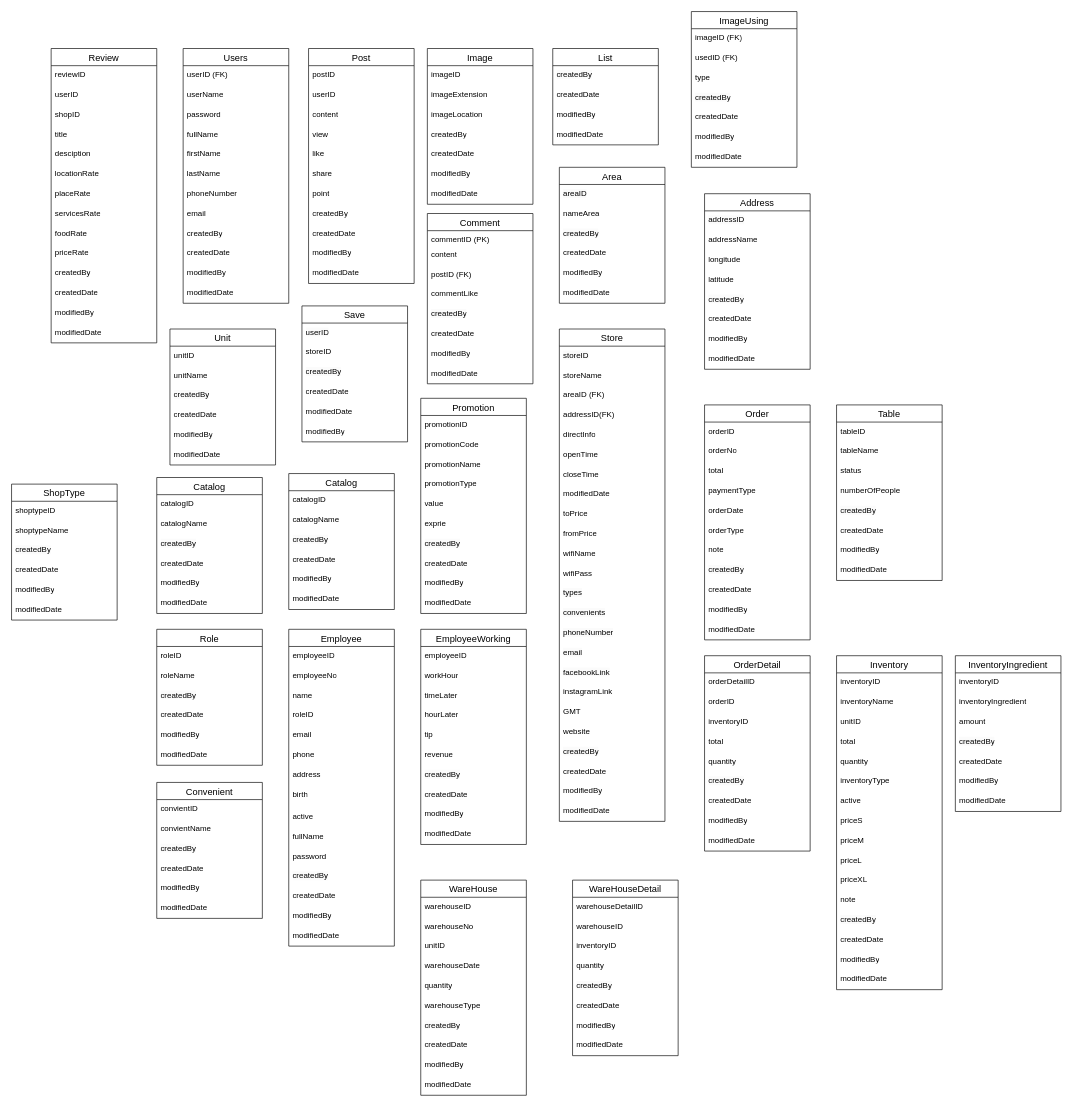
Earlier version of the draw.io diagram Documentations/Database.drawio (MajinBuuNe-Ahihi/DATN). Source tidied: cells renumbered, new cells numbered last; positions are measured from the earlier drawing's top-left corner, leaving out a move shared by most shapes. Both pictures are drawn from the tidied source at 66%, with x=0, y=0 at pixel (11, 11).
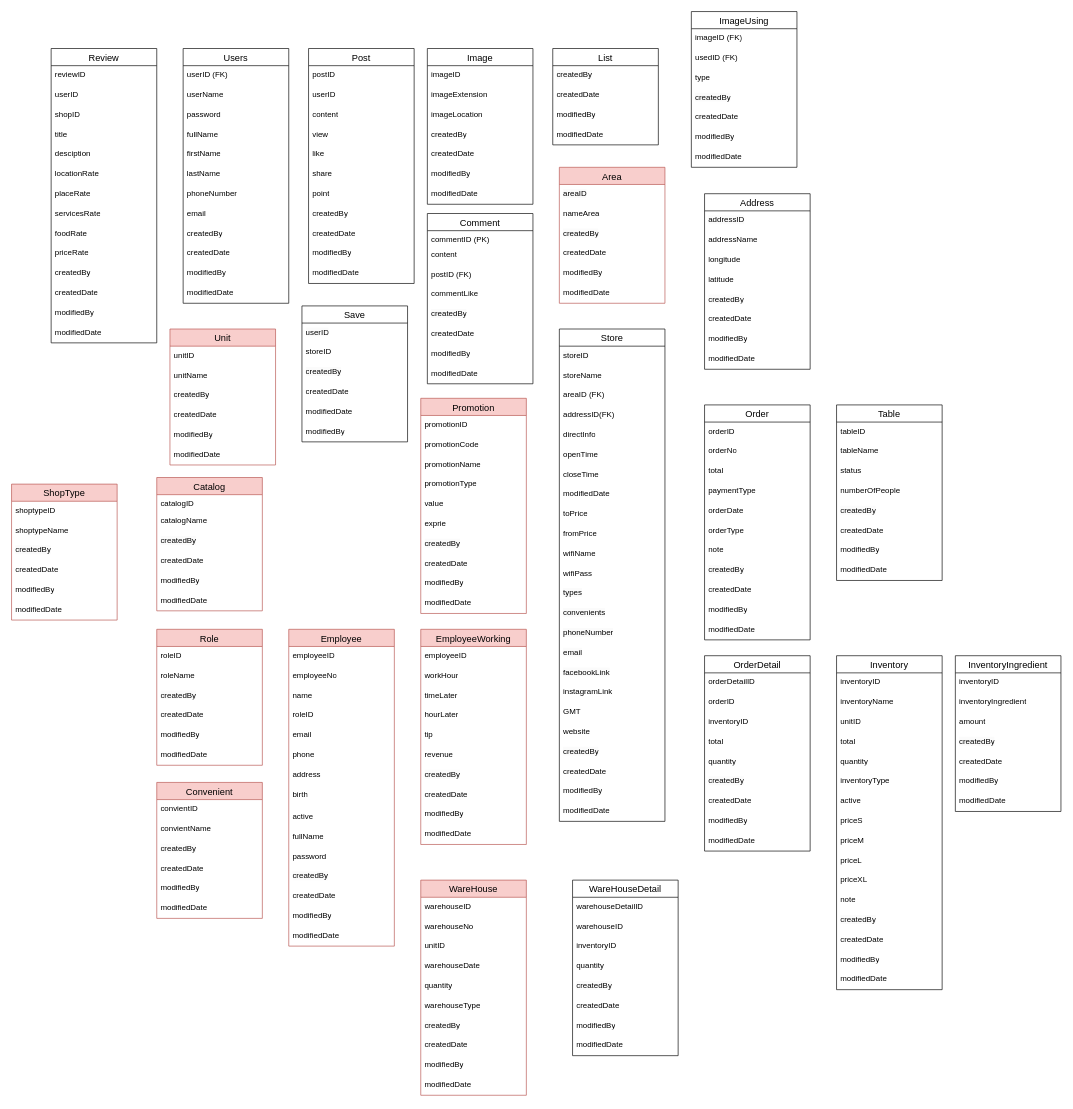
The same diagram, later.

Change to the diagram source:
```diff
@@
-    <mxCell id="64" value="Area" style="swimlane;fontStyle=0;horizontal=1;startSize=26;align=center;fontSize=14;" parent="1" vertex="1">
+    <mxCell id="64" value="Area" style="swimlane;fontStyle=0;horizontal=1;startSize=26;align=center;fontSize=14;fillColor=#f8cecc;strokeColor=#b85450;" parent="1" vertex="1">
       <mxGeometry x="830" y="236" width="160" height="206" as="geometry" />
     </mxCell>
@@
-    <mxCell id="105" value="Unit" style="swimlane;fontStyle=0;horizontal=1;startSize=26;align=center;fontSize=14;" parent="1" vertex="1">
+    <mxCell id="105" value="Unit" style="swimlane;fontStyle=0;horizontal=1;startSize=26;align=center;fontSize=14;fillColor=#f8cecc;strokeColor=#b85450;" parent="1" vertex="1">
       <mxGeometry x="240" y="481" width="160" height="206" as="geometry" />
     </mxCell>
@@
-    <mxCell id="112" value="Catalog" style="swimlane;fontStyle=0;horizontal=1;startSize=26;align=center;fontSize=14;" parent="1" vertex="1">
-      <mxGeometry x="220" y="706" width="160" height="206" as="geometry" />
+    <mxCell id="112" value="Catalog" style="swimlane;fontStyle=0;horizontal=1;startSize=26;align=center;fontSize=14;fillColor=#f8cecc;strokeColor=#b85450;" parent="1" vertex="1">
+      <mxGeometry x="220" y="706" width="160" height="202" as="geometry" />
     </mxCell>
     <mxCell id="113" value="catalogID" style="text;strokeColor=none;fillColor=none;spacingLeft=4;spacingRight=4;overflow=hidden;fontSize=12;whiteSpace=wrap;html=1;" parent="112" vertex="1">
-      <mxGeometry y="26" width="160" height="30" as="geometry" />
+      <mxGeometry y="26" width="160" height="26" as="geometry" />
     </mxCell>
     <mxCell id="114" value="catalogName" style="text;strokeColor=none;fillColor=none;spacingLeft=4;spacingRight=4;overflow=hidden;fontSize=12;whiteSpace=wrap;html=1;" parent="112" vertex="1">
-      <mxGeometry y="56" width="160" height="30" as="geometry" />
+      <mxGeometry y="52" width="160" height="30" as="geometry" />
     </mxCell>
     <mxCell id="115" value="&lt;span style=&quot;color: rgb(0, 0, 0); font-family: Helvetica; font-size: 12px; font-style: normal; font-variant-ligatures: normal; font-variant-caps: normal; font-weight: 400; letter-spacing: normal; orphans: 2; text-align: left; text-indent: 0px; text-transform: none; white-space: normal; widows: 2; word-spacing: 0px; -webkit-text-stroke-width: 0px; background-color: rgb(251, 251, 251); text-decoration-thickness: initial; text-decoration-style: initial; text-decoration-color: initial; display: inline !important; float: none;&quot;&gt;createdBy&lt;/span&gt;" style="text;strokeColor=none;fillColor=none;spacingLeft=4;spacingRight=4;overflow=hidden;fontSize=12;whiteSpace=wrap;html=1;" parent="112" vertex="1">
-      <mxGeometry y="86" width="160" height="30" as="geometry" />
+      <mxGeometry y="82" width="160" height="30" as="geometry" />
     </mxCell>
     <mxCell id="116" value="createdDate" style="text;strokeColor=none;fillColor=none;spacingLeft=4;spacingRight=4;overflow=hidden;fontSize=12;whiteSpace=wrap;html=1;" parent="112" vertex="1">
-      <mxGeometry y="116" width="160" height="30" as="geometry" />
+      <mxGeometry y="112" width="160" height="30" as="geometry" />
     </mxCell>
     <mxCell id="117" value="modifiedBy" style="text;strokeColor=none;fillColor=none;spacingLeft=4;spacingRight=4;overflow=hidden;fontSize=12;whiteSpace=wrap;html=1;" parent="112" vertex="1">
-      <mxGeometry y="146" width="160" height="30" as="geometry" />
+      <mxGeometry y="142" width="160" height="30" as="geometry" />
     </mxCell>
     <mxCell id="118" value="modifiedDate" style="text;strokeColor=none;fillColor=none;spacingLeft=4;spacingRight=4;overflow=hidden;fontSize=12;whiteSpace=wrap;html=1;" parent="112" vertex="1">
-      <mxGeometry y="176" width="160" height="30" as="geometry" />
+      <mxGeometry y="172" width="160" height="30" as="geometry" />
     </mxCell>
-    <mxCell id="119" value="Catalog" style="swimlane;fontStyle=0;horizontal=1;startSize=26;align=center;fontSize=14;" parent="1" vertex="1">
-      <mxGeometry x="420" y="700" width="160" height="206" as="geometry" />
-    </mxCell>
-    <mxCell id="120" value="catalogID" style="text;strokeColor=none;fillColor=none;spacingLeft=4;spacingRight=4;overflow=hidden;fontSize=12;whiteSpace=wrap;html=1;" parent="119" vertex="1">
-      <mxGeometry y="26" width="160" height="30" as="geometry" />
-    </mxCell>
-    <mxCell id="121" value="catalogName" style="text;strokeColor=none;fillColor=none;spacingLeft=4;spacingRight=4;overflow=hidden;fontSize=12;whiteSpace=wrap;html=1;" parent="119" vertex="1">
-      <mxGeometry y="56" width="160" height="30" as="geometry" />
-    </mxCell>
-    <mxCell id="122" value="&lt;span style=&quot;color: rgb(0, 0, 0); font-family: Helvetica; font-size: 12px; font-style: normal; font-variant-ligatures: normal; font-variant-caps: normal; font-weight: 400; letter-spacing: normal; orphans: 2; text-align: left; text-indent: 0px; text-transform: none; white-space: normal; widows: 2; word-spacing: 0px; -webkit-text-stroke-width: 0px; background-color: rgb(251, 251, 251); text-decoration-thickness: initial; text-decoration-style: initial; text-decoration-color: initial; display: inline !important; float: none;&quot;&gt;createdBy&lt;/span&gt;" style="text;strokeColor=none;fillColor=none;spacingLeft=4;spacingRight=4;overflow=hidden;fontSize=12;whiteSpace=wrap;html=1;" parent="119" vertex="1">
-      <mxGeometry y="86" width="160" height="30" as="geometry" />
-    </mxCell>
-    <mxCell id="123" value="createdDate" style="text;strokeColor=none;fillColor=none;spacingLeft=4;spacingRight=4;overflow=hidden;fontSize=12;whiteSpace=wrap;html=1;" parent="119" vertex="1">
-      <mxGeometry y="116" width="160" height="30" as="geometry" />
-    </mxCell>
-    <mxCell id="124" value="modifiedBy" style="text;strokeColor=none;fillColor=none;spacingLeft=4;spacingRight=4;overflow=hidden;fontSize=12;whiteSpace=wrap;html=1;" parent="119" vertex="1">
-      <mxGeometry y="146" width="160" height="30" as="geometry" />
-    </mxCell>
-    <mxCell id="125" value="modifiedDate" style="text;strokeColor=none;fillColor=none;spacingLeft=4;spacingRight=4;overflow=hidden;fontSize=12;whiteSpace=wrap;html=1;" parent="119" vertex="1">
-      <mxGeometry y="176" width="160" height="30" as="geometry" />
-    </mxCell>
-    <mxCell id="126" value="Promotion" style="swimlane;fontStyle=0;horizontal=1;startSize=26;align=center;fontSize=14;" parent="1" vertex="1">
+    <mxCell id="126" value="Promotion" style="swimlane;fontStyle=0;horizontal=1;startSize=26;align=center;fontSize=14;fillColor=#f8cecc;strokeColor=#b85450;" parent="1" vertex="1">
       <mxGeometry x="620" y="586" width="160" height="326" as="geometry" />
     </mxCell>
@@
-    <mxCell id="137" value="Role" style="swimlane;fontStyle=0;horizontal=1;startSize=26;align=center;fontSize=14;" parent="1" vertex="1">
+    <mxCell id="137" value="Role" style="swimlane;fontStyle=0;horizontal=1;startSize=26;align=center;fontSize=14;fillColor=#f8cecc;strokeColor=#b85450;" parent="1" vertex="1">
       <mxGeometry x="220" y="936" width="160" height="206" as="geometry" />
     </mxCell>
@@
-    <mxCell id="144" value="Employee" style="swimlane;fontStyle=0;horizontal=1;startSize=26;align=center;fontSize=14;" parent="1" vertex="1">
+    <mxCell id="144" value="Employee" style="swimlane;fontStyle=0;horizontal=1;startSize=26;align=center;fontSize=14;fillColor=#f8cecc;strokeColor=#b85450;" parent="1" vertex="1">
       <mxGeometry x="420" y="936" width="160" height="480" as="geometry" />
     </mxCell>
@@
-    <mxCell id="160" value="EmployeeWorking" style="swimlane;fontStyle=0;horizontal=1;startSize=26;align=center;fontSize=14;" parent="1" vertex="1">
+    <mxCell id="160" value="EmployeeWorking" style="swimlane;fontStyle=0;horizontal=1;startSize=26;align=center;fontSize=14;fillColor=#f8cecc;strokeColor=#b85450;" parent="1" vertex="1">
       <mxGeometry x="620" y="936" width="160" height="326" as="geometry" />
     </mxCell>
@@
-    <mxCell id="227" value="WareHouse" style="swimlane;fontStyle=0;horizontal=1;startSize=26;align=center;fontSize=14;" parent="1" vertex="1">
+    <mxCell id="227" value="WareHouse" style="swimlane;fontStyle=0;horizontal=1;startSize=26;align=center;fontSize=14;fillColor=#f8cecc;strokeColor=#b85450;" parent="1" vertex="1">
       <mxGeometry x="620" y="1316" width="160" height="326" as="geometry" />
     </mxCell>
@@
-    <mxCell id="247" value="Convenient" style="swimlane;fontStyle=0;horizontal=1;startSize=26;align=center;fontSize=14;" parent="1" vertex="1">
+    <mxCell id="247" value="Convenient" style="swimlane;fontStyle=0;horizontal=1;startSize=26;align=center;fontSize=14;fillColor=#f8cecc;strokeColor=#b85450;" parent="1" vertex="1">
       <mxGeometry x="220" y="1168" width="160" height="206" as="geometry" />
     </mxCell>
@@
-    <mxCell id="269" value="ShopType" style="swimlane;fontStyle=0;horizontal=1;startSize=26;align=center;fontSize=14;" parent="1" vertex="1">
+    <mxCell id="269" value="ShopType" style="swimlane;fontStyle=0;horizontal=1;startSize=26;align=center;fontSize=14;fillColor=#f8cecc;strokeColor=#b85450;" parent="1" vertex="1">
       <mxGeometry y="716" width="160" height="206" as="geometry" />
     </mxCell>
```
